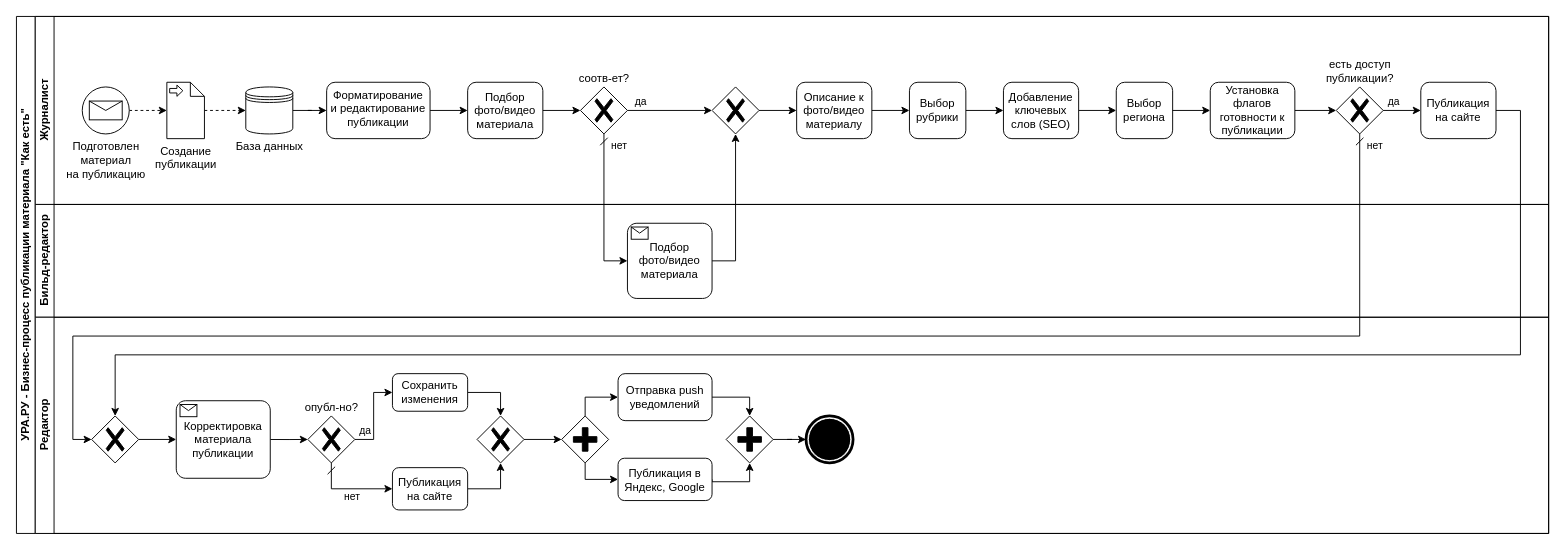
Above: page "bpmn_uranews_v3" (3 of 3) of uranews.drawio in jsob/diagrams (draw.io), before the change. Source tidied: cells renumbered, new cells numbered last; positions are measured from the earlier drawing's top-left corner, leaving out a move shared by most shapes. Both pictures are drawn from the tidied source at 94%, with x=0, y=0 at pixel (16, 16).
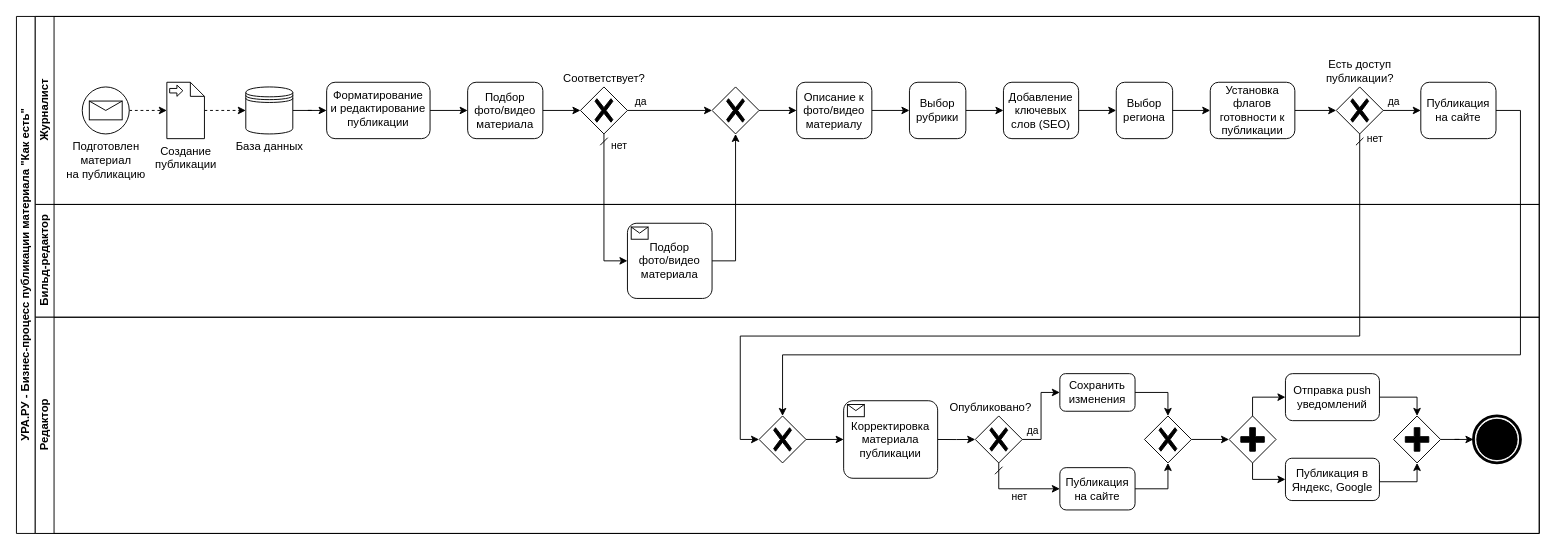
The same diagram, later.

Unchanged cells that the change refers to:
```xml
<mxCell id="23" value="Публикация на сайте" style="rounded=1;whiteSpace=wrap;html=1;verticalAlign=middle;" parent="3" vertex="1">
  <mxGeometry x="1474" y="70" width="80" height="60" as="geometry" />
</mxCell>
```

Change to the diagram source:
```diff
@@
     <mxCell id="2" value="УРА.РУ - Бизнес-процесс публикации материала &quot;Как есть&quot;" style="swimlane;html=1;horizontal=0;startSize=20;whiteSpace=wrap;" parent="1" vertex="1">
-      <mxGeometry width="1630" height="550" as="geometry" />
+      <mxGeometry width="1620" height="550" as="geometry" />
     </mxCell>
     <mxCell id="3" value="Журналист" style="swimlane;html=1;startSize=20;horizontal=0;" parent="2" vertex="1">
-      <mxGeometry x="20" width="1610" height="200" as="geometry" />
+      <mxGeometry x="20" width="1600" height="200" as="geometry" />
     </mxCell>
@@
-    <mxCell id="17" value="есть доступ &lt;br&gt;публикации?" style="points=[[0.25,0.25,0],[0.5,0,0],[0.75,0.25,0],[1,0.5,0],[0.75,0.75,0],[0.5,1,0],[0.25,0.75,0],[0,0.5,0]];shape=mxgraph.bpmn.gateway2;html=1;verticalLabelPosition=top;labelBackgroundColor=#ffffff;verticalAlign=bottom;align=center;perimeter=rhombusPerimeter;outlineConnect=0;outline=none;symbol=none;gwType=exclusive;labelPosition=center;" parent="3" vertex="1">
+    <mxCell id="17" value="Есть доступ &lt;br&gt;публикации?" style="points=[[0.25,0.25,0],[0.5,0,0],[0.75,0.25,0],[1,0.5,0],[0.75,0.75,0],[0.5,1,0],[0.25,0.75,0],[0,0.5,0]];shape=mxgraph.bpmn.gateway2;html=1;verticalLabelPosition=top;labelBackgroundColor=#ffffff;verticalAlign=bottom;align=center;perimeter=rhombusPerimeter;outlineConnect=0;outline=none;symbol=none;gwType=exclusive;labelPosition=center;" parent="3" vertex="1">
       <mxGeometry x="1384" y="75" width="50" height="50" as="geometry" />
     </mxCell>
@@
-    <mxCell id="32" value="соотв-ет?" style="points=[[0.25,0.25,0],[0.5,0,0],[0.75,0.25,0],[1,0.5,0],[0.75,0.75,0],[0.5,1,0],[0.25,0.75,0],[0,0.5,0]];shape=mxgraph.bpmn.gateway2;html=1;verticalLabelPosition=top;labelBackgroundColor=#ffffff;verticalAlign=bottom;align=center;perimeter=rhombusPerimeter;outlineConnect=0;outline=none;symbol=none;gwType=exclusive;labelPosition=center;" parent="3" vertex="1">
+    <mxCell id="32" value="Соответствует?" style="points=[[0.25,0.25,0],[0.5,0,0],[0.75,0.25,0],[1,0.5,0],[0.75,0.75,0],[0.5,1,0],[0.25,0.75,0],[0,0.5,0]];shape=mxgraph.bpmn.gateway2;html=1;verticalLabelPosition=top;labelBackgroundColor=#ffffff;verticalAlign=bottom;align=center;perimeter=rhombusPerimeter;outlineConnect=0;outline=none;symbol=none;gwType=exclusive;labelPosition=center;" parent="3" vertex="1">
       <mxGeometry x="580" y="75" width="50" height="50" as="geometry" />
     </mxCell>
@@
     <mxCell id="36" style="edgeStyle=orthogonalEdgeStyle;rounded=0;jettySize=auto;html=1;exitX=0.5;exitY=1;exitDx=0;exitDy=0;exitPerimeter=0;startArrow=dash;startFill=0;entryX=0;entryY=0.5;entryDx=0;entryDy=0;entryPerimeter=0;" parent="2" edge="1" source="17" target="43">
       <mxGeometry relative="1" as="geometry">
         <Array as="points">
           <mxPoint x="1429" y="340" />
-          <mxPoint x="60" y="340" />
-          <mxPoint x="60" y="450" />
+          <mxPoint x="770" y="340" />
+          <mxPoint x="770" y="450" />
         </Array>
       </mxGeometry>
     </mxCell>
@@
     <mxCell id="38" style="edgeStyle=orthogonalEdgeStyle;rounded=0;jettySize=auto;html=1;entryX=0.5;entryY=0;entryDx=0;entryDy=0;entryPerimeter=0;" parent="2" edge="1" source="23" target="43">
       <mxGeometry relative="1" as="geometry">
         <Array as="points">
           <mxPoint x="1600" y="100" />
           <mxPoint x="1600" y="360" />
-          <mxPoint x="105" y="360" />
+          <mxPoint x="815" y="360" />
         </Array>
       </mxGeometry>
     </mxCell>
     <mxCell id="39" value="Бильд-редактор" style="swimlane;html=1;startSize=20;horizontal=0;" parent="2" vertex="1">
-      <mxGeometry x="20" y="200" width="1610" height="120" as="geometry" />
+      <mxGeometry x="20" y="200" width="1600" height="120" as="geometry" />
     </mxCell>
@@
     <mxCell id="41" value="Редактор" style="swimlane;html=1;startSize=20;horizontal=0;" parent="2" vertex="1">
-      <mxGeometry x="20" y="320" width="1610" height="230" as="geometry" />
+      <mxGeometry x="20" y="320" width="1600" height="230" as="geometry" />
     </mxCell>
     <mxCell id="42" style="edgeStyle=orthogonalEdgeStyle;rounded=0;jettySize=auto;html=1;" parent="41" edge="1" source="43">
       <mxGeometry relative="1" as="geometry">
-        <mxPoint x="150" y="130" as="targetPoint" />
+        <mxPoint x="860" y="130" as="targetPoint" />
         <Array as="points">
-          <mxPoint x="150" y="130" />
+          <mxPoint x="860" y="130" />
         </Array>
       </mxGeometry>
     </mxCell>
     <mxCell id="43" style="points=[[0.25,0.25,0],[0.5,0,0],[0.75,0.25,0],[1,0.5,0],[0.75,0.75,0],[0.5,1,0],[0.25,0.75,0],[0,0.5,0]];shape=mxgraph.bpmn.gateway2;html=1;verticalLabelPosition=bottom;labelBackgroundColor=#ffffff;verticalAlign=top;align=center;perimeter=rhombusPerimeter;outlineConnect=0;outline=none;symbol=none;gwType=exclusive;" parent="41" vertex="1">
-      <mxGeometry x="60" y="105" width="50" height="50" as="geometry" />
+      <mxGeometry x="770" y="105" width="50" height="50" as="geometry" />
     </mxCell>
@@
-    <mxCell id="48" value="опубл-но?" style="points=[[0.25,0.25,0],[0.5,0,0],[0.75,0.25,0],[1,0.5,0],[0.75,0.75,0],[0.5,1,0],[0.25,0.75,0],[0,0.5,0]];shape=mxgraph.bpmn.gateway2;html=1;verticalLabelPosition=top;labelBackgroundColor=#ffffff;verticalAlign=bottom;align=center;perimeter=rhombusPerimeter;outlineConnect=0;outline=none;symbol=none;gwType=exclusive;labelPosition=center;" parent="41" vertex="1">
-      <mxGeometry x="290" y="105" width="50" height="50" as="geometry" />
+    <mxCell id="48" value="Опубликовано?" style="points=[[0.25,0.25,0],[0.5,0,0],[0.75,0.25,0],[1,0.5,0],[0.75,0.75,0],[0.5,1,0],[0.25,0.75,0],[0,0.5,0]];shape=mxgraph.bpmn.gateway2;html=1;verticalLabelPosition=top;labelBackgroundColor=#ffffff;verticalAlign=bottom;align=center;perimeter=rhombusPerimeter;outlineConnect=0;outline=none;symbol=none;gwType=exclusive;labelPosition=center;spacingBottom=0;spacingLeft=-18;" parent="41" vertex="1">
+      <mxGeometry x="1000" y="105" width="50" height="50" as="geometry" />
     </mxCell>
@@
     <mxCell id="50" value="Публикация на сайте" style="rounded=1;whiteSpace=wrap;html=1;verticalAlign=middle;" parent="41" vertex="1">
-      <mxGeometry x="380" y="160" width="80" height="45" as="geometry" />
+      <mxGeometry x="1090" y="160" width="80" height="45" as="geometry" />
     </mxCell>
     <mxCell id="51" style="edgeStyle=orthogonalEdgeStyle;rounded=0;jettySize=auto;html=1;exitX=0.5;exitY=0;exitDx=0;exitDy=0;exitPerimeter=0;entryX=0;entryY=0.5;entryDx=0;entryDy=0;" parent="41" edge="1" source="53" target="55">
       <mxGeometry relative="1" as="geometry">
         <Array as="points">
-          <mxPoint x="585" y="85" />
+          <mxPoint x="1295" y="85" />
         </Array>
       </mxGeometry>
     </mxCell>
     <mxCell id="52" style="edgeStyle=orthogonalEdgeStyle;rounded=0;jettySize=auto;html=1;exitX=0.5;exitY=1;exitDx=0;exitDy=0;exitPerimeter=0;entryX=0;entryY=0.5;entryDx=0;entryDy=0;" parent="41" edge="1" source="53" target="57">
       <mxGeometry relative="1" as="geometry">
         <Array as="points">
-          <mxPoint x="585" y="173" />
-          <mxPoint x="620" y="173" />
+          <mxPoint x="1295" y="173" />
+          <mxPoint x="1330" y="173" />
         </Array>
       </mxGeometry>
     </mxCell>
     <mxCell id="53" style="points=[[0.25,0.25,0],[0.5,0,0],[0.75,0.25,0],[1,0.5,0],[0.75,0.75,0],[0.5,1,0],[0.25,0.75,0],[0,0.5,0]];shape=mxgraph.bpmn.gateway2;html=1;verticalLabelPosition=bottom;labelBackgroundColor=#ffffff;verticalAlign=top;align=center;perimeter=rhombusPerimeter;outlineConnect=0;outline=none;symbol=none;gwType=parallel;" parent="41" vertex="1">
-      <mxGeometry x="560" y="105" width="50" height="50" as="geometry" />
+      <mxGeometry x="1270" y="105" width="50" height="50" as="geometry" />
     </mxCell>
     <mxCell id="54" style="edgeStyle=orthogonalEdgeStyle;rounded=0;jettySize=auto;html=1;exitX=1;exitY=0.5;exitDx=0;exitDy=0;entryX=0.5;entryY=0;entryDx=0;entryDy=0;entryPerimeter=0;" parent="41" edge="1" source="55" target="59">
       <mxGeometry relative="1" as="geometry">
         <Array as="points">
-          <mxPoint x="760" y="85" />
+          <mxPoint x="1470" y="85" />
         </Array>
       </mxGeometry>
     </mxCell>
     <mxCell id="55" value="Отправка push уведомлений" style="rounded=1;whiteSpace=wrap;html=1;verticalAlign=middle;" parent="41" vertex="1">
-      <mxGeometry x="620" y="60" width="100" height="50" as="geometry" />
+      <mxGeometry x="1330" y="60" width="100" height="50" as="geometry" />
     </mxCell>
     <mxCell id="56" style="edgeStyle=orthogonalEdgeStyle;rounded=0;jettySize=auto;html=1;exitX=1;exitY=0.5;exitDx=0;exitDy=0;entryX=0.5;entryY=1;entryDx=0;entryDy=0;entryPerimeter=0;" parent="41" edge="1" source="57" target="59">
       <mxGeometry relative="1" as="geometry">
         <Array as="points">
-          <mxPoint x="720" y="175" />
-          <mxPoint x="760" y="175" />
+          <mxPoint x="1430" y="175" />
+          <mxPoint x="1470" y="175" />
         </Array>
       </mxGeometry>
     </mxCell>
     <mxCell id="57" value="Публикация в Яндекс, Google" style="rounded=1;whiteSpace=wrap;html=1;verticalAlign=middle;" parent="41" vertex="1">
-      <mxGeometry x="620" y="150" width="100" height="45" as="geometry" />
+      <mxGeometry x="1330" y="150" width="100" height="45" as="geometry" />
     </mxCell>
@@
     <mxCell id="59" style="points=[[0.25,0.25,0],[0.5,0,0],[0.75,0.25,0],[1,0.5,0],[0.75,0.75,0],[0.5,1,0],[0.25,0.75,0],[0,0.5,0]];shape=mxgraph.bpmn.gateway2;html=1;verticalLabelPosition=bottom;labelBackgroundColor=#ffffff;verticalAlign=top;align=center;perimeter=rhombusPerimeter;outlineConnect=0;outline=none;symbol=none;gwType=parallel;" parent="41" vertex="1">
-      <mxGeometry x="735" y="105" width="50" height="50" as="geometry" />
+      <mxGeometry x="1445" y="105" width="50" height="50" as="geometry" />
     </mxCell>
     <mxCell id="60" style="points=[[0.145,0.145,0],[0.5,0,0],[0.855,0.145,0],[1,0.5,0],[0.855,0.855,0],[0.5,1,0],[0.145,0.855,0],[0,0.5,0]];shape=mxgraph.bpmn.event;html=1;verticalLabelPosition=bottom;labelBackgroundColor=#ffffff;verticalAlign=top;align=center;perimeter=ellipsePerimeter;outlineConnect=0;outline=end;symbol=terminate;" parent="41" vertex="1">
-      <mxGeometry x="820" y="105" width="50" height="50" as="geometry" />
+      <mxGeometry x="1530" y="105" width="50" height="50" as="geometry" />
     </mxCell>
@@
     <mxCell id="62" value="Сохранить изменения" style="rounded=1;whiteSpace=wrap;html=1;verticalAlign=middle;" parent="41" vertex="1">
-      <mxGeometry x="380" y="60" width="80" height="40" as="geometry" />
+      <mxGeometry x="1090" y="60" width="80" height="40" as="geometry" />
     </mxCell>
@@
     <mxCell id="64" style="points=[[0.25,0.25,0],[0.5,0,0],[0.75,0.25,0],[1,0.5,0],[0.75,0.75,0],[0.5,1,0],[0.25,0.75,0],[0,0.5,0]];shape=mxgraph.bpmn.gateway2;html=1;verticalLabelPosition=bottom;labelBackgroundColor=#ffffff;verticalAlign=top;align=center;perimeter=rhombusPerimeter;outlineConnect=0;outline=none;symbol=none;gwType=exclusive;" parent="41" vertex="1">
-      <mxGeometry x="470" y="105" width="50" height="50" as="geometry" />
+      <mxGeometry x="1180" y="105" width="50" height="50" as="geometry" />
     </mxCell>
@@
     <mxCell id="66" value="Корректировка материала публикации" style="points=[[0.25,0,0],[0.5,0,0],[0.75,0,0],[1,0.25,0],[1,0.5,0],[1,0.75,0],[0.75,1,0],[0.5,1,0],[0.25,1,0],[0,0.75,0],[0,0.5,0],[0,0.25,0]];shape=mxgraph.bpmn.task;whiteSpace=wrap;rectStyle=rounded;size=10;html=1;taskMarker=receive;" parent="41" vertex="1">
-      <mxGeometry x="150" y="88.8" width="100" height="82.5" as="geometry" />
+      <mxGeometry x="860" y="88.8" width="100" height="82.5" as="geometry" />
     </mxCell>
```
